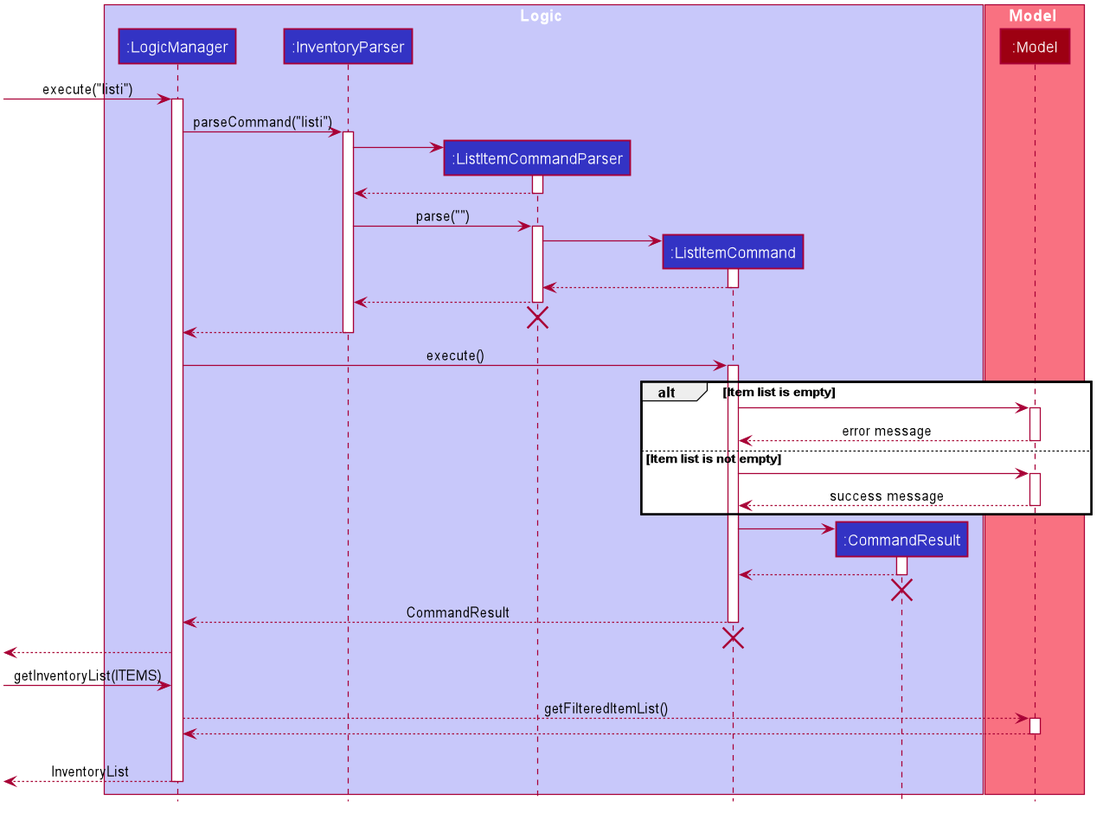
Before: docs/images/commandseqdiagrams/ListItemSequenceDiagram.png, a diagram exported from PlantUML (nus-cs2103-AY2021S1/tp).
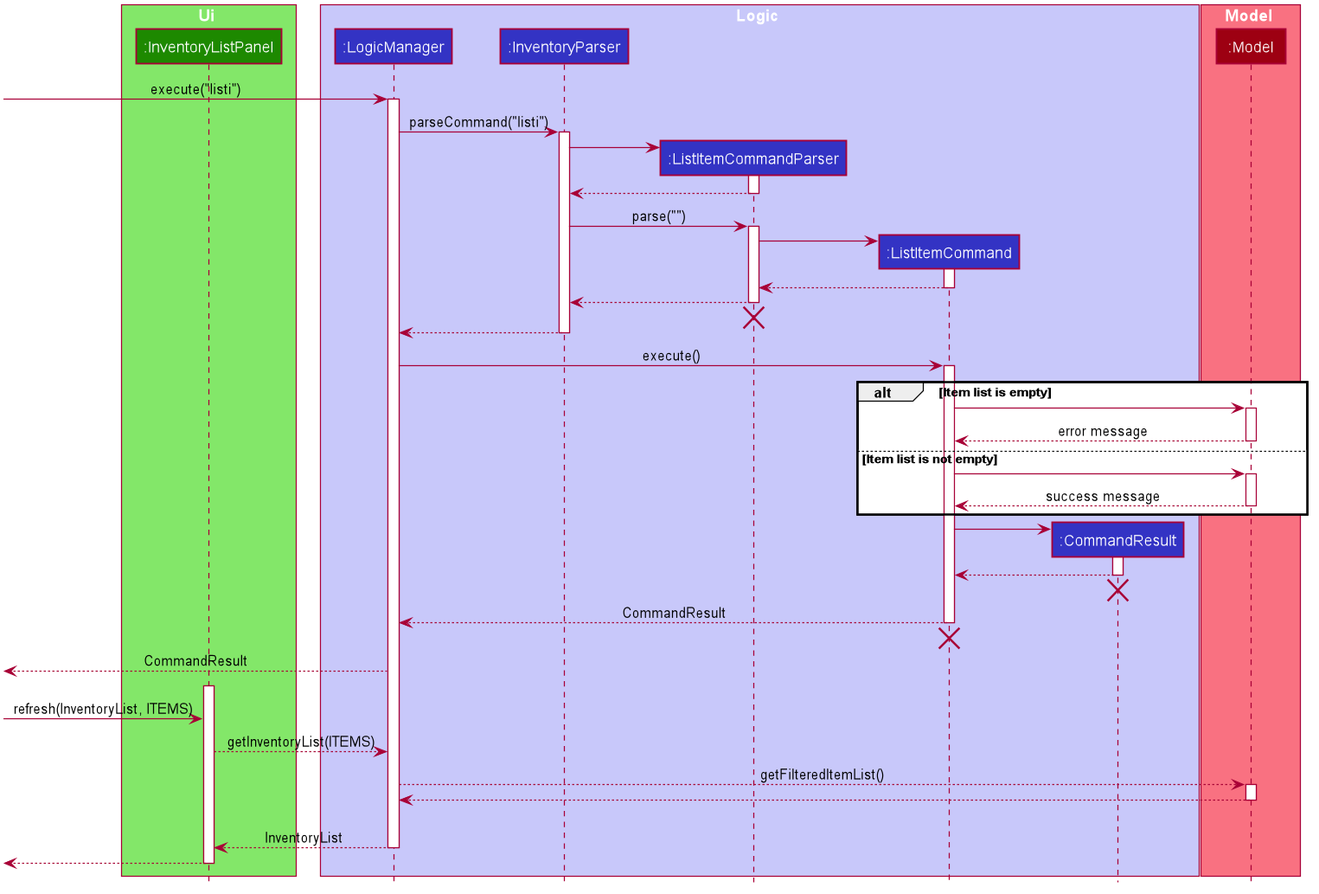
The same file after the commit.

The edit, as a diff of the source:
```diff
@@ -48,13 +48,16 @@
 hide members
 hide circle
 
+box Ui #83E769
+participant ":InventoryListPanel" as InventoryListPanel #1D8900
+end box
+
 box Logic #C8C8FA
 participant ":LogicManager" as LogicManager #3333C4
 participant ":InventoryParser" as InventoryParser #3333C4
 participant ":ListItemCommandParser" as ListItemCommandParser #3333C4
 participant ":ListItemCommand" as ListItemCommand #3333C4
 participant ":CommandResult" as CommandResult #3333C4
-
 end box
 
 box Model #F97181
@@ -122,8 +125,14 @@
 ListItemCommand -[hidden]-> LogicManager
 destroy ListItemCommand
 
-[<--LogicManager
-[-> LogicManager : getInventoryList(ITEMS)
+[<--LogicManager : CommandResult
+[<-[hidden]-LogicManager
+
+create InventoryListPanel
+activate InventoryListPanel
+[-> InventoryListPanel : refresh(InventoryList, ITEMS)
+
+InventoryListPanel --> LogicManager : getInventoryList(ITEMS)
 
 LogicManager --> Model : getFilteredItemList()
 activate Model
@@ -131,6 +140,9 @@
 deactivate Model
 
 CommandResult -[hidden]-> LogicManager
-[<--LogicManager : InventoryList
+InventoryListPanel <-- LogicManager : InventoryList
 deactivate LogicManager
+
+[<--InventoryListPanel
+deactivate InventoryListPanel
 @enduml
```
